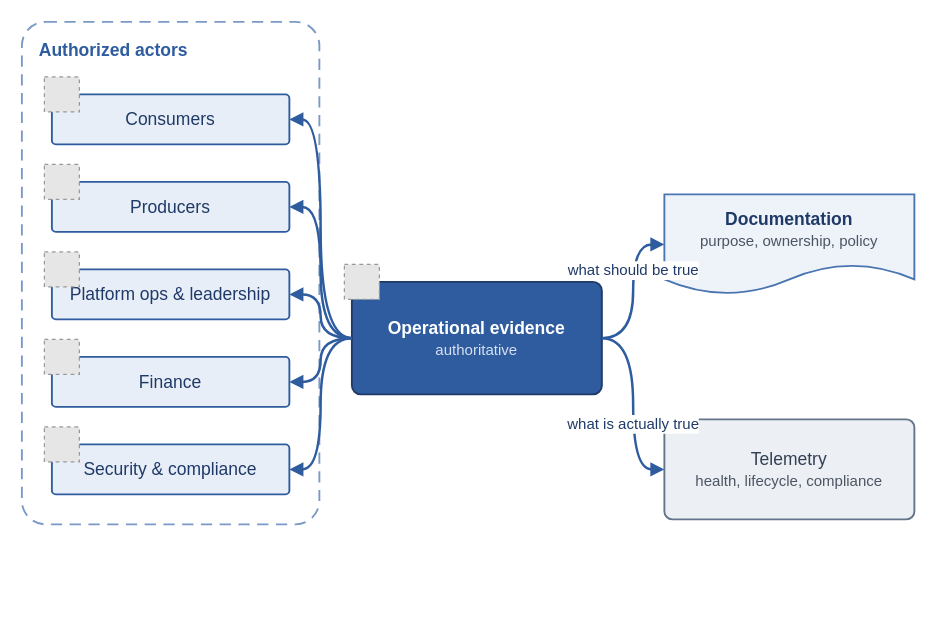
The draw.io diagram diagrams/factor-5-operational-evidence.drawio in missBerg/platform-capabilities, before the edit. Source tidied: cells renumbered, new cells numbered last; positions are measured from the earlier drawing's top-left corner, leaving out a move shared by most shapes. Both pictures are drawn from the tidied source at 125%, with x=0, y=0 at pixel (21, 21). Pictures stored in the file or linked from it are replaced by grey dashed boxes.
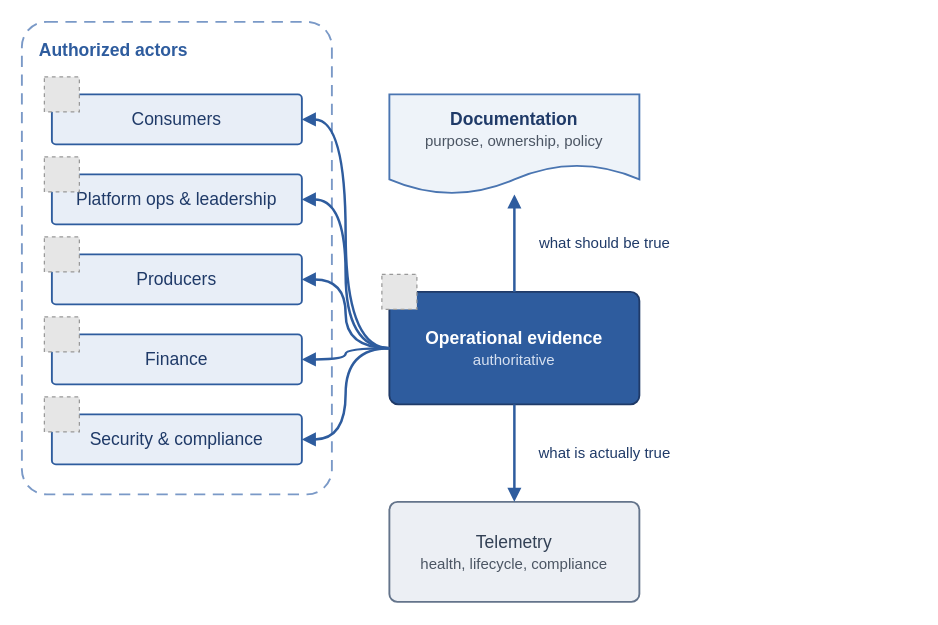
The same diagram, later.

The edit, as a diff of the source:
```diff
@@
     <mxCell id="2" value="&lt;b&gt;Authorized actors&lt;/b&gt;" style="rounded=1;whiteSpace=wrap;html=1;arcSize=8;fillColor=none;strokeColor=#7A99C7;strokeWidth=1.5;fontColor=#2E5C9E;fontFamily=Helvetica;fontSize=14;align=left;verticalAlign=top;dashed=1;dashPattern=6 4;spacingLeft=12;spacingTop=8;shadow=0;" parent="1" vertex="1">
-      <mxGeometry width="238" height="402" as="geometry" />
+      <mxGeometry width="248" height="378" as="geometry" />
     </mxCell>
     <mxCell id="3" value="Consumers" style="rounded=1;whiteSpace=wrap;html=1;arcSize=8;fillColor=#E8EEF7;strokeColor=#2E5C9E;strokeWidth=1.5;fontColor=#1F3A68;fontFamily=Helvetica;fontSize=14;align=center;verticalAlign=middle;shadow=0;" parent="1" vertex="1">
-      <mxGeometry x="24" y="58" width="190" height="40" as="geometry" />
+      <mxGeometry x="24" y="58" width="200" height="40" as="geometry" />
     </mxCell>
@@
-    <mxCell id="5" value="Producers" style="rounded=1;whiteSpace=wrap;html=1;arcSize=8;fillColor=#E8EEF7;strokeColor=#2E5C9E;strokeWidth=1.5;fontColor=#1F3A68;fontFamily=Helvetica;fontSize=14;align=center;verticalAlign=middle;shadow=0;" parent="1" vertex="1">
-      <mxGeometry x="24" y="128" width="190" height="40" as="geometry" />
+    <mxCell id="5" value="Platform ops &amp;amp; leadership" style="rounded=1;whiteSpace=wrap;html=1;arcSize=8;fillColor=#E8EEF7;strokeColor=#2E5C9E;strokeWidth=1.5;fontColor=#1F3A68;fontFamily=Helvetica;fontSize=14;align=center;verticalAlign=middle;shadow=0;" parent="1" vertex="1">
+      <mxGeometry x="24" y="122" width="200" height="40" as="geometry" />
     </mxCell>
     <mxCell id="6" style="fillColor=#E6E6E6;strokeColor=#999999;dashed=1;verticalLabelPosition=bottom;verticalAlign=top;align=center;fontFamily=Helvetica;fontSize=14;fontColor=#1F3A68;" parent="1" vertex="1">
-      <mxGeometry x="18" y="114" width="28" height="28" as="geometry" />
+      <mxGeometry x="18" y="108" width="28" height="28" as="geometry" />
     </mxCell>
-    <mxCell id="7" value="Platform ops &amp;amp; leadership" style="rounded=1;whiteSpace=wrap;html=1;arcSize=8;fillColor=#E8EEF7;strokeColor=#2E5C9E;strokeWidth=1.5;fontColor=#1F3A68;fontFamily=Helvetica;fontSize=14;align=center;verticalAlign=middle;shadow=0;" parent="1" vertex="1">
-      <mxGeometry x="24" y="198" width="190" height="40" as="geometry" />
+    <mxCell id="7" value="Producers" style="rounded=1;whiteSpace=wrap;html=1;arcSize=8;fillColor=#E8EEF7;strokeColor=#2E5C9E;strokeWidth=1.5;fontColor=#1F3A68;fontFamily=Helvetica;fontSize=14;align=center;verticalAlign=middle;shadow=0;" parent="1" vertex="1">
+      <mxGeometry x="24" y="186" width="200" height="40" as="geometry" />
     </mxCell>
     <mxCell id="8" style="fillColor=#E6E6E6;strokeColor=#999999;dashed=1;verticalLabelPosition=bottom;verticalAlign=top;align=center;fontFamily=Helvetica;fontSize=14;fontColor=#1F3A68;" parent="1" vertex="1">
-      <mxGeometry x="18" y="184" width="28" height="28" as="geometry" />
+      <mxGeometry x="18" y="172" width="28" height="28" as="geometry" />
     </mxCell>
     <mxCell id="9" value="Finance" style="rounded=1;whiteSpace=wrap;html=1;arcSize=8;fillColor=#E8EEF7;strokeColor=#2E5C9E;strokeWidth=1.5;fontColor=#1F3A68;fontFamily=Helvetica;fontSize=14;align=center;verticalAlign=middle;shadow=0;" parent="1" vertex="1">
-      <mxGeometry x="24" y="268" width="190" height="40" as="geometry" />
+      <mxGeometry x="24" y="250" width="200" height="40" as="geometry" />
     </mxCell>
     <mxCell id="10" style="fillColor=#E6E6E6;strokeColor=#999999;dashed=1;verticalLabelPosition=bottom;verticalAlign=top;align=center;fontFamily=Helvetica;fontSize=14;fontColor=#1F3A68;" parent="1" vertex="1">
-      <mxGeometry x="18" y="254" width="28" height="28" as="geometry" />
+      <mxGeometry x="18" y="236" width="28" height="28" as="geometry" />
     </mxCell>
     <mxCell id="11" value="Security &amp;amp; compliance" style="rounded=1;whiteSpace=wrap;html=1;arcSize=8;fillColor=#E8EEF7;strokeColor=#2E5C9E;strokeWidth=1.5;fontColor=#1F3A68;fontFamily=Helvetica;fontSize=14;align=center;verticalAlign=middle;shadow=0;" parent="1" vertex="1">
-      <mxGeometry x="24" y="338" width="190" height="40" as="geometry" />
+      <mxGeometry x="24" y="314" width="200" height="40" as="geometry" />
     </mxCell>
     <mxCell id="12" style="fillColor=#E6E6E6;strokeColor=#999999;dashed=1;verticalLabelPosition=bottom;verticalAlign=top;align=center;fontFamily=Helvetica;fontSize=14;fontColor=#1F3A68;" parent="1" vertex="1">
-      <mxGeometry x="18" y="324" width="28" height="28" as="geometry" />
+      <mxGeometry x="18" y="300" width="28" height="28" as="geometry" />
     </mxCell>
+    <mxCell id="15" value="&lt;b&gt;Documentation&lt;/b&gt;&lt;br&gt;&lt;font style=&quot;font-size: 12px&quot; color=&quot;#4B5563&quot;&gt;purpose, ownership, policy&lt;/font&gt;" style="shape=document;whiteSpace=wrap;html=1;boundedLbl=1;fillColor=#EEF3F9;strokeColor=#4A75B1;strokeWidth=1.5;fontColor=#1F3A68;fontFamily=Helvetica;fontSize=14;align=center;verticalAlign=middle;shadow=0;" parent="1" vertex="1">
+      <mxGeometry x="294" y="58" width="200" height="80" as="geometry" />
+    </mxCell>
     <mxCell id="13" value="&lt;b&gt;Operational evidence&lt;/b&gt;&lt;br&gt;&lt;font style=&quot;font-size: 12px&quot; color=&quot;#D6E0F0&quot;&gt;authoritative&lt;/font&gt;" style="rounded=1;whiteSpace=wrap;html=1;arcSize=8;fillColor=#2E5C9E;strokeColor=#1F3A68;strokeWidth=1.5;fontColor=#FFFFFF;fontFamily=Helvetica;fontSize=14;align=center;verticalAlign=middle;shadow=0;" parent="1" vertex="1">
-      <mxGeometry x="264" y="208" width="200" height="90" as="geometry" />
+      <mxGeometry x="294" y="216" width="200" height="90" as="geometry" />
     </mxCell>
     <mxCell id="14" style="fillColor=#E6E6E6;strokeColor=#999999;dashed=1;verticalLabelPosition=bottom;verticalAlign=top;align=center;fontFamily=Helvetica;fontSize=14;fontColor=#1F3A68;" parent="1" vertex="1">
-      <mxGeometry x="258" y="194" width="28" height="28" as="geometry" />
+      <mxGeometry x="288" y="202" width="28" height="28" as="geometry" />
     </mxCell>
-    <mxCell id="15" value="&lt;b&gt;Documentation&lt;/b&gt;&lt;br&gt;&lt;font style=&quot;font-size: 12px&quot; color=&quot;#4B5563&quot;&gt;purpose, ownership, policy&lt;/font&gt;" style="shape=document;whiteSpace=wrap;html=1;boundedLbl=1;fillColor=#EEF3F9;strokeColor=#4A75B1;strokeWidth=1.5;fontColor=#1F3A68;fontFamily=Helvetica;fontSize=14;align=center;verticalAlign=middle;shadow=0;" parent="1" vertex="1">
-      <mxGeometry x="514" y="138" width="200" height="80" as="geometry" />
-    </mxCell>
     <mxCell id="16" value="Telemetry&lt;br&gt;&lt;font style=&quot;font-size: 12px&quot; color=&quot;#4B5563&quot;&gt;health, lifecycle, compliance&lt;/font&gt;" style="rounded=1;whiteSpace=wrap;html=1;arcSize=8;fillColor=#ECEFF4;strokeColor=#64748B;strokeWidth=1.5;fontColor=#334155;fontFamily=Helvetica;fontSize=14;align=center;verticalAlign=middle;shadow=0;" parent="1" vertex="1">
-      <mxGeometry x="514" y="318" width="200" height="80" as="geometry" />
+      <mxGeometry x="294" y="384" width="200" height="80" as="geometry" />
     </mxCell>
@@
-    <mxCell id="22" value="what should be true" style="edgeStyle=orthogonalEdgeStyle;endArrow=block;html=1;rounded=0;strokeColor=#2E5C9E;strokeWidth=2;fontColor=#1F3A68;fontFamily=Helvetica;fontSize=12;endFill=1;curved=1;exitX=1;exitY=0.5;exitDx=0;exitDy=0;entryX=0;entryY=0.5;entryDx=0;entryDy=0;" parent="1" edge="1" source="13" target="15">
+    <mxCell id="22" value="what should be true" style="edgeStyle=orthogonalEdgeStyle;endArrow=block;html=1;rounded=0;strokeColor=#2E5C9E;strokeWidth=2;fontColor=#1F3A68;fontFamily=Helvetica;fontSize=12;endFill=1;curved=1;exitX=0.5;exitY=0;exitDx=0;exitDy=0;entryX=0.5;entryY=1;entryDx=0;entryDy=0;" parent="1" edge="1" source="13" target="15">
       <mxGeometry relative="1" as="geometry">
-        <mxPoint y="-16" as="offset" />
+        <mxPoint x="72" as="offset" />
       </mxGeometry>
     </mxCell>
-    <mxCell id="23" value="what is actually true" style="edgeStyle=orthogonalEdgeStyle;endArrow=block;html=1;rounded=0;strokeColor=#2E5C9E;strokeWidth=2;fontColor=#1F3A68;fontFamily=Helvetica;fontSize=12;endFill=1;curved=1;exitX=1;exitY=0.5;exitDx=0;exitDy=0;entryX=0;entryY=0.5;entryDx=0;entryDy=0;" parent="1" edge="1" source="13" target="16">
+    <mxCell id="23" value="what is actually true" style="edgeStyle=orthogonalEdgeStyle;endArrow=block;html=1;rounded=0;strokeColor=#2E5C9E;strokeWidth=2;fontColor=#1F3A68;fontFamily=Helvetica;fontSize=12;endFill=1;curved=1;exitX=0.5;exitY=1;exitDx=0;exitDy=0;entryX=0.5;entryY=0;entryDx=0;entryDy=0;" parent="1" edge="1" source="13" target="16">
       <mxGeometry relative="1" as="geometry">
-        <mxPoint y="16" as="offset" />
+        <mxPoint x="72" as="offset" />
       </mxGeometry>
     </mxCell>
```
